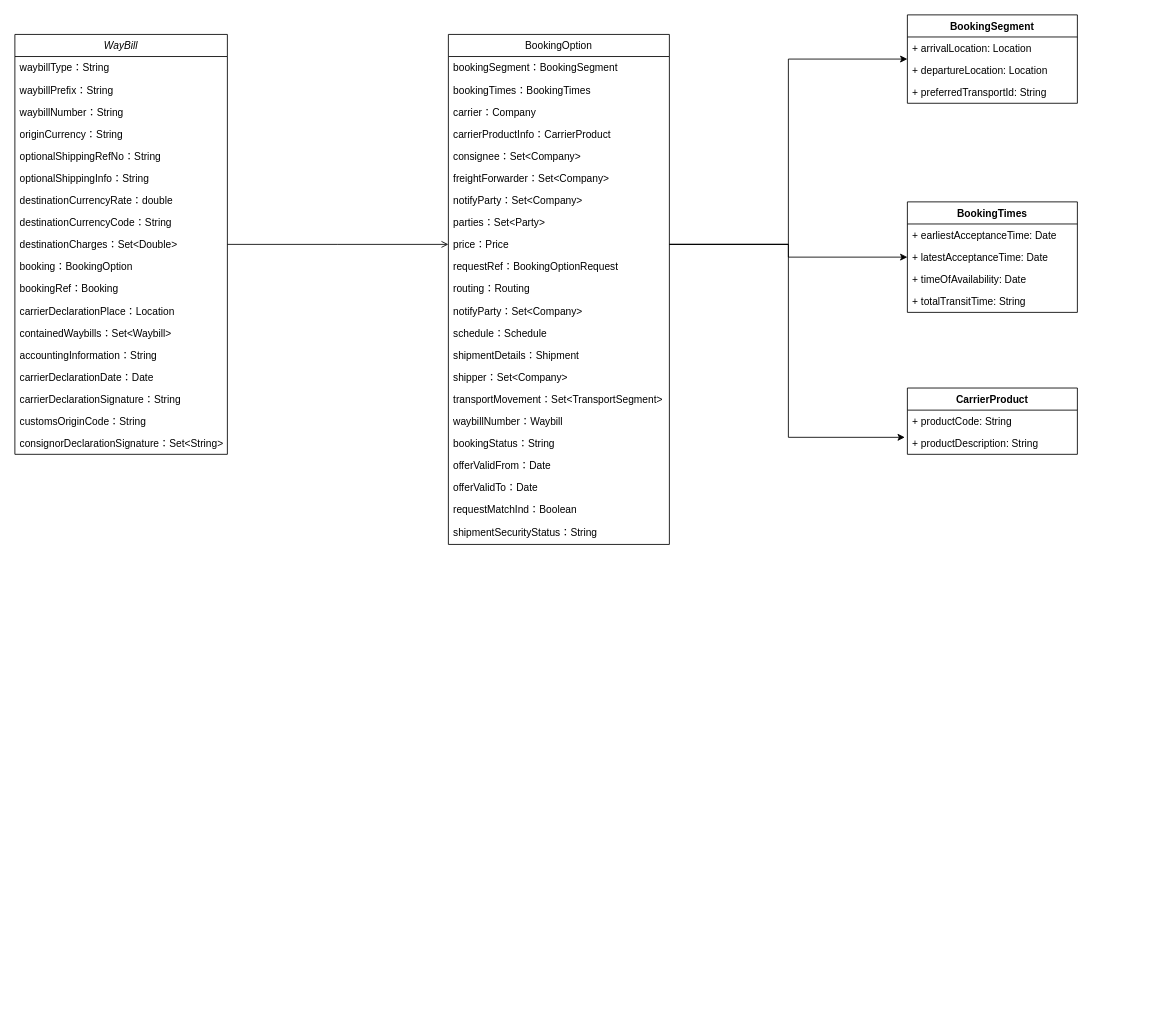
Before: waybill模型.drawio in realLiuzh/Note, a draw.io diagram. Source tidied: cells renumbered, new cells numbered last; positions are measured from the earlier drawing's top-left corner, leaving out a move shared by most shapes. Both pictures are drawn from the tidied source at 85%, with x=0, y=0 at pixel (14, 14).
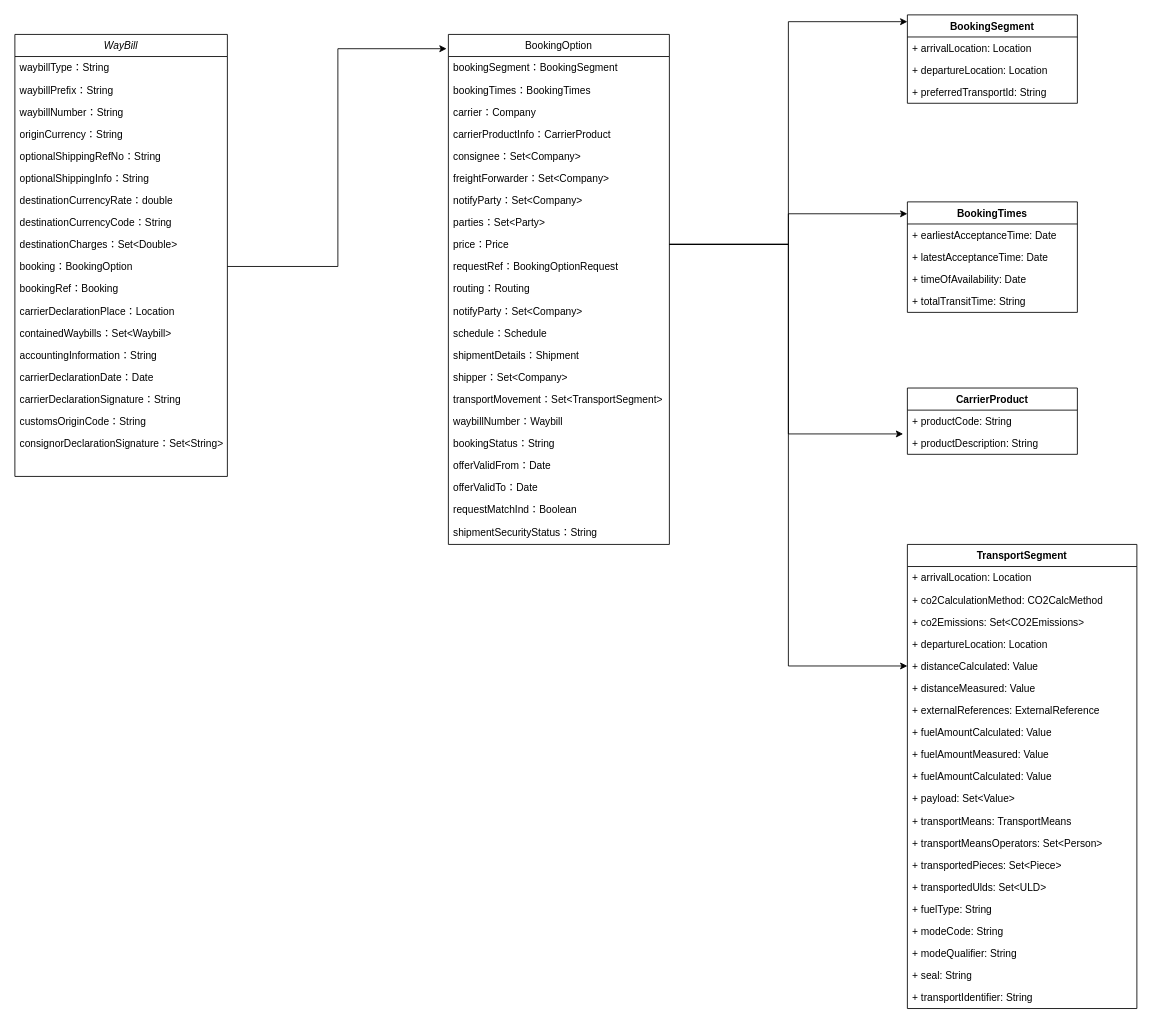
After the change.

The change refers to these unchanged cells:
```xml
<mxCell id="12" value="booking：BookingOption" style="text;align=left;verticalAlign=top;spacingLeft=4;spacingRight=4;overflow=hidden;points=[[0,0.5],[1,0.5]];portConstraint=eastwest;" parent="2" vertex="1">
  <mxGeometry y="260" width="250" height="26" as="geometry" />
</mxCell>
<mxCell id="21" value="BookingOption" style="swimlane;fontStyle=0;align=center;verticalAlign=top;horizontal=1;startSize=26;rounded=0;shadow=0;strokeWidth=1;" parent="1" vertex="1">
  <mxGeometry x="510" y="23" width="260" height="600" as="geometry" />
</mxCell>
<mxCell id="30" value="price：Price" style="text;align=left;verticalAlign=top;spacingLeft=4;spacingRight=4;overflow=hidden;points=[[0,0.5],[1,0.5]];portConstraint=eastwest;rounded=0;shadow=0;html=0;" parent="21" vertex="1">
  <mxGeometry y="234" width="260" height="26" as="geometry" />
</mxCell>
<mxCell id="45" value="BookingSegment" style="swimlane;fontStyle=1;align=center;verticalAlign=top;horizontal=1;startSize=26;whiteSpace=wrap;html=1;" parent="1" vertex="1">
  <mxGeometry x="1050" width="200" height="104" as="geometry" />
</mxCell>
<mxCell id="50" value="BookingTimes" style="swimlane;fontStyle=1;align=center;verticalAlign=top;horizontal=1;startSize=26;whiteSpace=wrap;html=1;" parent="1" vertex="1">
  <mxGeometry x="1050" y="220" width="200" height="130" as="geometry" />
</mxCell>
<mxCell id="52" value="+&amp;nbsp;latestAcceptanceTime&lt;span style=&quot;background-color: initial;&quot;&gt;: Date&lt;/span&gt;" style="text;strokeColor=none;fillColor=none;align=left;verticalAlign=top;spacingLeft=4;spacingRight=4;overflow=hidden;points=[[0,0.5],[1,0.5]];portConstraint=eastwest;whiteSpace=wrap;html=1;" parent="50" vertex="1">
  <mxGeometry y="52" width="200" height="26" as="geometry" />
</mxCell>
<mxCell id="58" value="+&amp;nbsp;productDescription&lt;span style=&quot;background-color: initial;&quot;&gt;: String&lt;/span&gt;" style="text;strokeColor=none;fillColor=none;align=left;verticalAlign=top;spacingLeft=4;spacingRight=4;overflow=hidden;points=[[0,0.5],[1,0.5]];portConstraint=eastwest;whiteSpace=wrap;html=1;" parent="56" vertex="1">
  <mxGeometry y="52" width="200" height="26" as="geometry" />
</mxCell>
```

What changed in the source:
```diff
@@
     <mxCell id="2" value="WayBill" style="swimlane;fontStyle=2;align=center;verticalAlign=top;horizontal=1;startSize=26;rounded=0;shadow=0;strokeWidth=1;" parent="1" vertex="1">
-      <mxGeometry y="23" width="250" height="494" as="geometry" />
+      <mxGeometry y="23" width="250" height="520" as="geometry" />
     </mxCell>
@@
-    <mxCell id="44" style="endArrow=open;shadow=0;strokeWidth=1;rounded=0;endFill=1;edgeStyle=elbowEdgeStyle;elbow=vertical;" parent="1" edge="1" source="2" target="21">
-      <mxGeometry x="0.5" y="41" relative="1" as="geometry">
-        <mxPoint x="-40" y="32" as="offset" />
-      </mxGeometry>
-    </mxCell>
@@
-    <mxCell id="49" style="edgeStyle=orthogonalEdgeStyle;rounded=0;jettySize=auto;html=1;entryX=0;entryY=0.5;entryDx=0;entryDy=0;" parent="1" edge="1" source="30" target="45">
-      <mxGeometry relative="1" as="geometry" />
-    </mxCell>
@@
-    <mxCell id="55" style="edgeStyle=orthogonalEdgeStyle;rounded=0;jettySize=auto;html=1;entryX=0;entryY=0.5;entryDx=0;entryDy=0;" parent="1" edge="1" source="30" target="52">
-      <mxGeometry relative="1" as="geometry" />
-    </mxCell>
@@
+    <mxCell id="60" style="edgeStyle=orthogonalEdgeStyle;rounded=0;jettySize=auto;html=1;entryX=-0.008;entryY=0.028;entryDx=0;entryDy=0;entryPerimeter=0;" parent="1" edge="1" source="12" target="21">
+      <mxGeometry relative="1" as="geometry" />
+    </mxCell>
+    <mxCell id="61" value="TransportSegment" style="swimlane;fontStyle=1;align=center;verticalAlign=top;horizontal=1;startSize=26;whiteSpace=wrap;html=1;" parent="1" vertex="1">
+      <mxGeometry x="1050" y="623" width="270" height="546" as="geometry" />
+    </mxCell>
+    <mxCell id="62" value="+&amp;nbsp;arrivalLocation&lt;span style=&quot;background-color: initial;&quot;&gt;:&amp;nbsp;&lt;/span&gt;&lt;span style=&quot;background-color: initial;&quot;&gt;Location&lt;/span&gt;" style="text;strokeColor=none;fillColor=none;align=left;verticalAlign=top;spacingLeft=4;spacingRight=4;overflow=hidden;whiteSpace=wrap;html=1;" parent="61" vertex="1">
+      <mxGeometry y="26" width="270" height="26" as="geometry" />
+    </mxCell>
+    <mxCell id="63" value="+&amp;nbsp;co2CalculationMethod&lt;span style=&quot;background-color: initial;&quot;&gt;:&amp;nbsp;&lt;/span&gt;CO2CalcMethod" style="text;strokeColor=none;fillColor=none;align=left;verticalAlign=top;spacingLeft=4;spacingRight=4;overflow=hidden;whiteSpace=wrap;html=1;" parent="61" vertex="1">
+      <mxGeometry y="52" width="270" height="26" as="geometry" />
+    </mxCell>
+    <mxCell id="64" value="+&amp;nbsp;co2Emissions&lt;span style=&quot;background-color: initial;&quot;&gt;:&amp;nbsp;&lt;/span&gt;Set&amp;lt;CO2Emissions&amp;gt;" style="text;strokeColor=none;fillColor=none;align=left;verticalAlign=top;spacingLeft=4;spacingRight=4;overflow=hidden;whiteSpace=wrap;html=1;" parent="61" vertex="1">
+      <mxGeometry y="78" width="270" height="26" as="geometry" />
+    </mxCell>
+    <mxCell id="65" value="+&amp;nbsp;departureLocation&lt;span style=&quot;background-color: initial;&quot;&gt;:&amp;nbsp;&lt;/span&gt;Location" style="text;strokeColor=none;fillColor=none;align=left;verticalAlign=top;spacingLeft=4;spacingRight=4;overflow=hidden;whiteSpace=wrap;html=1;" parent="61" vertex="1">
+      <mxGeometry y="104" width="270" height="26" as="geometry" />
+    </mxCell>
+    <mxCell id="66" value="+&amp;nbsp;distanceCalculated&lt;span style=&quot;background-color: initial;&quot;&gt;:&amp;nbsp;&lt;/span&gt;Value" style="text;strokeColor=none;fillColor=none;align=left;verticalAlign=top;spacingLeft=4;spacingRight=4;overflow=hidden;points=[[0,0.5],[1,0.5]];portConstraint=eastwest;whiteSpace=wrap;html=1;" parent="61" vertex="1">
+      <mxGeometry y="130" width="270" height="26" as="geometry" />
+    </mxCell>
+    <mxCell id="67" value="+&amp;nbsp;distanceMeasured&lt;span style=&quot;background-color: initial;&quot;&gt;:&amp;nbsp;&lt;/span&gt;Value" style="text;strokeColor=none;fillColor=none;align=left;verticalAlign=top;spacingLeft=4;spacingRight=4;overflow=hidden;whiteSpace=wrap;html=1;" parent="61" vertex="1">
+      <mxGeometry y="156" width="270" height="26" as="geometry" />
+    </mxCell>
+    <mxCell id="68" value="+&amp;nbsp;externalReferences&lt;span style=&quot;background-color: initial;&quot;&gt;:&amp;nbsp;&lt;/span&gt;ExternalReference" style="text;strokeColor=none;fillColor=none;align=left;verticalAlign=top;spacingLeft=4;spacingRight=4;overflow=hidden;whiteSpace=wrap;html=1;" parent="61" vertex="1">
+      <mxGeometry y="182" width="270" height="26" as="geometry" />
+    </mxCell>
+    <mxCell id="69" value="+&amp;nbsp;fuelAmountCalculated&lt;span style=&quot;background-color: initial;&quot;&gt;:&amp;nbsp;&lt;/span&gt;Value" style="text;strokeColor=none;fillColor=none;align=left;verticalAlign=top;spacingLeft=4;spacingRight=4;overflow=hidden;whiteSpace=wrap;html=1;" parent="61" vertex="1">
+      <mxGeometry y="208" width="270" height="26" as="geometry" />
+    </mxCell>
+    <mxCell id="70" value="+&amp;nbsp;fuelAmountMeasured&lt;span style=&quot;background-color: initial;&quot;&gt;:&amp;nbsp;&lt;/span&gt;&lt;span style=&quot;background-color: initial;&quot;&gt;Value&lt;/span&gt;" style="text;strokeColor=none;fillColor=none;align=left;verticalAlign=top;spacingLeft=4;spacingRight=4;overflow=hidden;whiteSpace=wrap;html=1;" parent="61" vertex="1">
+      <mxGeometry y="234" width="270" height="26" as="geometry" />
+    </mxCell>
+    <mxCell id="71" value="+&amp;nbsp;fuelAmountCalculated&lt;span style=&quot;background-color: initial;&quot;&gt;:&amp;nbsp;&lt;/span&gt;Value" style="text;strokeColor=none;fillColor=none;align=left;verticalAlign=top;spacingLeft=4;spacingRight=4;overflow=hidden;whiteSpace=wrap;html=1;" parent="61" vertex="1">
+      <mxGeometry y="260" width="270" height="26" as="geometry" />
+    </mxCell>
+    <mxCell id="72" value="+&amp;nbsp;payload&lt;span style=&quot;background-color: initial;&quot;&gt;:&amp;nbsp;&lt;/span&gt;Set&amp;lt;Value&amp;gt;" style="text;strokeColor=none;fillColor=none;align=left;verticalAlign=top;spacingLeft=4;spacingRight=4;overflow=hidden;whiteSpace=wrap;html=1;" parent="61" vertex="1">
+      <mxGeometry y="286" width="270" height="26" as="geometry" />
+    </mxCell>
+    <mxCell id="73" value="+&amp;nbsp;transportMeans&lt;span style=&quot;background-color: initial;&quot;&gt;:&amp;nbsp;&lt;/span&gt;TransportMeans" style="text;strokeColor=none;fillColor=none;align=left;verticalAlign=top;spacingLeft=4;spacingRight=4;overflow=hidden;whiteSpace=wrap;html=1;" parent="61" vertex="1">
+      <mxGeometry y="312" width="270" height="26" as="geometry" />
+    </mxCell>
+    <mxCell id="74" value="+&amp;nbsp;transportMeansOperators&lt;span style=&quot;background-color: initial;&quot;&gt;:&amp;nbsp;&lt;/span&gt;Set&amp;lt;Person&amp;gt;" style="text;strokeColor=none;fillColor=none;align=left;verticalAlign=top;spacingLeft=4;spacingRight=4;overflow=hidden;whiteSpace=wrap;html=1;" parent="61" vertex="1">
+      <mxGeometry y="338" width="270" height="26" as="geometry" />
+    </mxCell>
+    <mxCell id="75" value="+&amp;nbsp;transportedPieces&lt;span style=&quot;background-color: initial;&quot;&gt;:&amp;nbsp;&lt;/span&gt;&lt;span style=&quot;background-color: initial;&quot;&gt;Set&amp;lt;Piece&amp;gt;&lt;/span&gt;" style="text;strokeColor=none;fillColor=none;align=left;verticalAlign=top;spacingLeft=4;spacingRight=4;overflow=hidden;whiteSpace=wrap;html=1;" parent="61" vertex="1">
+      <mxGeometry y="364" width="270" height="26" as="geometry" />
+    </mxCell>
+    <mxCell id="76" value="+&amp;nbsp;transportedUlds&lt;span style=&quot;background-color: initial;&quot;&gt;:&amp;nbsp;&lt;/span&gt;&lt;span style=&quot;background-color: initial;&quot;&gt;Set&amp;lt;ULD&amp;gt;&lt;/span&gt;" style="text;strokeColor=none;fillColor=none;align=left;verticalAlign=top;spacingLeft=4;spacingRight=4;overflow=hidden;whiteSpace=wrap;html=1;" parent="61" vertex="1">
+      <mxGeometry y="390" width="270" height="26" as="geometry" />
+    </mxCell>
+    <mxCell id="77" value="+&amp;nbsp;fuelType&lt;span style=&quot;background-color: initial;&quot;&gt;:&amp;nbsp;&lt;/span&gt;String" style="text;strokeColor=none;fillColor=none;align=left;verticalAlign=top;spacingLeft=4;spacingRight=4;overflow=hidden;whiteSpace=wrap;html=1;" parent="61" vertex="1">
+      <mxGeometry y="416" width="270" height="26" as="geometry" />
+    </mxCell>
+    <mxCell id="78" value="+&amp;nbsp;modeCode&lt;span style=&quot;background-color: initial;&quot;&gt;:&amp;nbsp;&lt;/span&gt;&lt;span style=&quot;background-color: initial;&quot;&gt;String&lt;/span&gt;" style="text;strokeColor=none;fillColor=none;align=left;verticalAlign=top;spacingLeft=4;spacingRight=4;overflow=hidden;whiteSpace=wrap;html=1;" parent="61" vertex="1">
+      <mxGeometry y="442" width="270" height="26" as="geometry" />
+    </mxCell>
+    <mxCell id="79" value="+&amp;nbsp;modeQualifier&lt;span style=&quot;background-color: initial;&quot;&gt;:&amp;nbsp;&lt;/span&gt;&lt;span style=&quot;background-color: initial;&quot;&gt;String&lt;/span&gt;" style="text;strokeColor=none;fillColor=none;align=left;verticalAlign=top;spacingLeft=4;spacingRight=4;overflow=hidden;whiteSpace=wrap;html=1;" parent="61" vertex="1">
+      <mxGeometry y="468" width="270" height="26" as="geometry" />
+    </mxCell>
+    <mxCell id="80" value="+&amp;nbsp;seal&lt;span style=&quot;background-color: initial;&quot;&gt;:&amp;nbsp;&lt;/span&gt;&lt;span style=&quot;background-color: initial;&quot;&gt;String&lt;/span&gt;" style="text;strokeColor=none;fillColor=none;align=left;verticalAlign=top;spacingLeft=4;spacingRight=4;overflow=hidden;whiteSpace=wrap;html=1;" parent="61" vertex="1">
+      <mxGeometry y="494" width="270" height="26" as="geometry" />
+    </mxCell>
+    <mxCell id="81" value="+&amp;nbsp;transportIdentifier&lt;span style=&quot;background-color: initial;&quot;&gt;:&amp;nbsp;&lt;/span&gt;&lt;span style=&quot;background-color: initial;&quot;&gt;String&lt;/span&gt;" style="text;strokeColor=none;fillColor=none;align=left;verticalAlign=top;spacingLeft=4;spacingRight=4;overflow=hidden;whiteSpace=wrap;html=1;" parent="61" vertex="1">
+      <mxGeometry y="520" width="270" height="26" as="geometry" />
+    </mxCell>
+    <mxCell id="82" style="edgeStyle=orthogonalEdgeStyle;rounded=0;jettySize=auto;html=1;entryX=0;entryY=0.108;entryDx=0;entryDy=0;entryPerimeter=0;" parent="1" edge="1" source="30" target="50">
+      <mxGeometry relative="1" as="geometry" />
+    </mxCell>
+    <mxCell id="49" style="edgeStyle=orthogonalEdgeStyle;rounded=0;jettySize=auto;html=1;entryX=0;entryY=0.077;entryDx=0;entryDy=0;entryPerimeter=0;" parent="1" edge="1" source="30" target="45">
+      <mxGeometry relative="1" as="geometry" />
+    </mxCell>
+    <mxCell id="83" style="edgeStyle=orthogonalEdgeStyle;rounded=0;jettySize=auto;html=1;entryX=0;entryY=0.5;entryDx=0;entryDy=0;" parent="1" edge="1" source="30" target="66">
+      <mxGeometry relative="1" as="geometry" />
+    </mxCell>
-    <mxCell id="59" style="edgeStyle=orthogonalEdgeStyle;rounded=0;jettySize=auto;html=1;entryX=-0.015;entryY=0.231;entryDx=0;entryDy=0;entryPerimeter=0;" parent="1" edge="1" source="30" target="58">
+    <mxCell id="59" style="edgeStyle=orthogonalEdgeStyle;rounded=0;jettySize=auto;html=1;entryX=-0.025;entryY=0.077;entryDx=0;entryDy=0;entryPerimeter=0;" parent="1" edge="1" source="30" target="58">
       <mxGeometry relative="1" as="geometry" />
     </mxCell>
```
